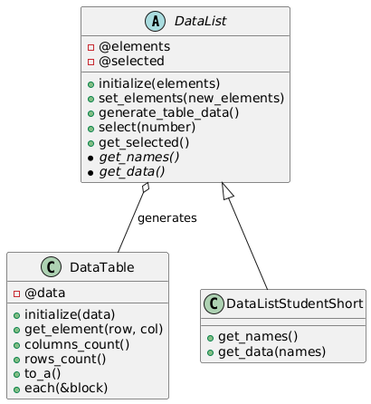
The PlantUML diagram Models_class/diagram.png in temawm/patterns, before a commit.
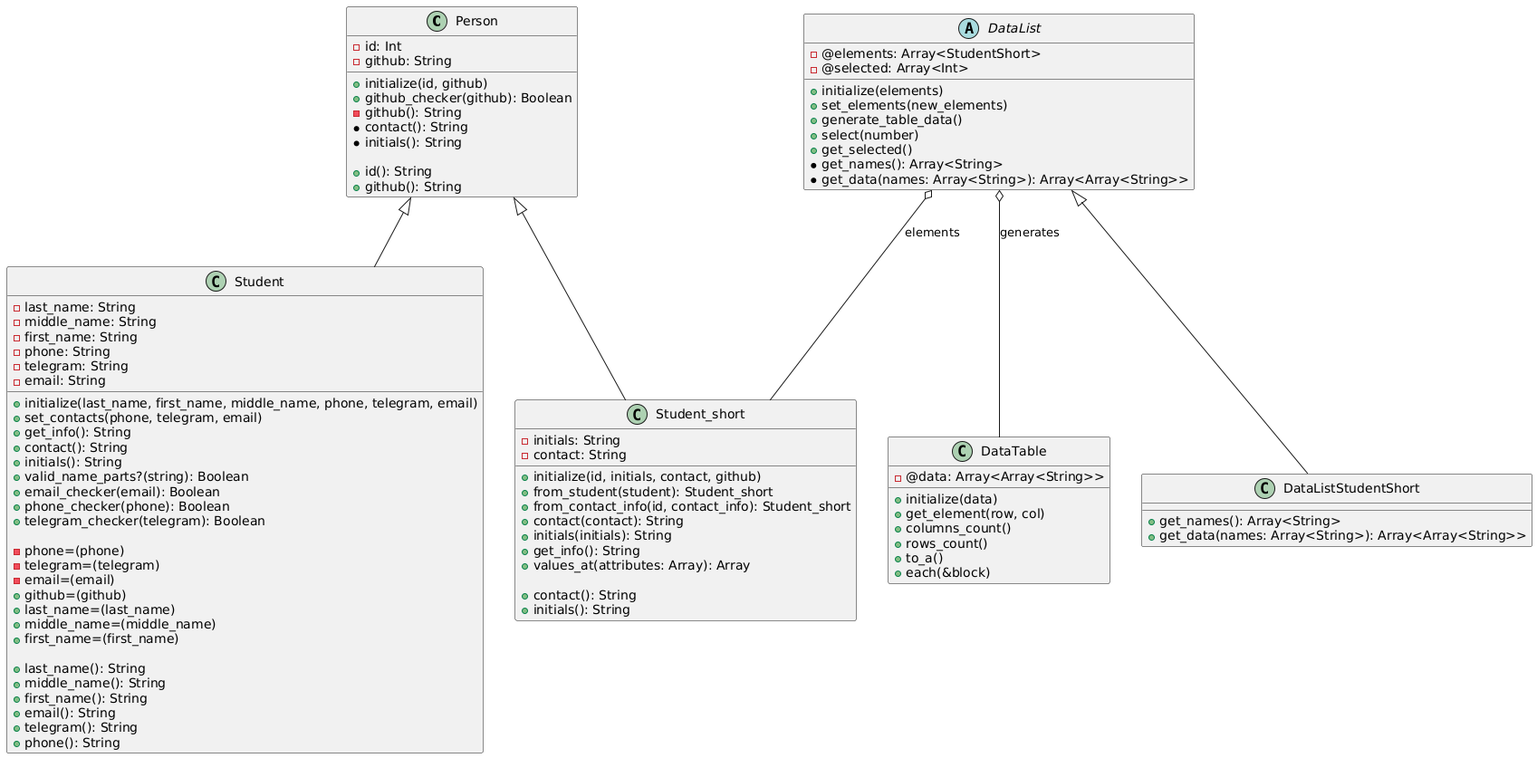
After the change.

Commit message:
lav4_task10: reworked diagramm

Diff of the diagram source:
```diff
@@ -1,31 +1,96 @@
 @startuml
+class Person {
+    - id: Int
+    - github: String
+    + initialize(id, github)
+    + github_checker(github): Boolean
+    - github(): String
+    * contact(): String
+    * initials(): String
+
+    + id(): String
+    + github(): String
+}
+
+class Student {
+    - last_name: String
+    - middle_name: String
+    - first_name: String
+    - phone: String
+    - telegram: String
+    - email: String
+    + initialize(last_name, first_name, middle_name, phone, telegram, email)
+    + set_contacts(phone, telegram, email)
+    + get_info(): String
+    + contact(): String
+    + initials(): String
+    + valid_name_parts?(string): Boolean
+    + email_checker(email): Boolean
+    + phone_checker(phone): Boolean
+    + telegram_checker(telegram): Boolean
+
+    - phone=(phone)
+    - telegram=(telegram)
+    - email=(email)
+    + github=(github)
+    + last_name=(last_name)
+    + middle_name=(middle_name)
+    + first_name=(first_name)
+
+    + last_name(): String
+    + middle_name(): String
+    + first_name(): String
+    + email(): String
+    + telegram(): String
+    + phone(): String
+}
+
+class Student_short {
+    - initials: String
+    - contact: String
+    + initialize(id, initials, contact, github)
+    + from_student(student): Student_short
+    + from_contact_info(id, contact_info): Student_short
+    + contact(contact): String
+    + initials(initials): String
+    + get_info(): String
+    + values_at(attributes: Array): Array
+
+    + contact(): String
+    + initials(): String
+}
+
+Person <|-- Student
+Person <|-- Student_short
+
 abstract class DataList {
-  - @elements
-  - @selected
-  + initialize(elements)
-  + set_elements(new_elements)
-  + generate_table_data()
-  + select(number)
-  + get_selected()
-  {abstract} * get_names()
-  {abstract} * get_data()
+    - @elements: Array<StudentShort>
+    - @selected: Array<Int>
+    + initialize(elements)
+    + set_elements(new_elements)
+    + generate_table_data()
+    + select(number)
+    + get_selected()
+    * get_names(): Array<String>
+    * get_data(names: Array<String>): Array<Array<String>>
 }
 
 class DataTable {
-  - @data
-  + initialize(data)
-  + get_element(row, col)
-  + columns_count()
-  + rows_count()
-  + to_a()
-  + each(&block)
+    - @data: Array<Array<String>>
+    + initialize(data)
+    + get_element(row, col)
+    + columns_count()
+    + rows_count()
+    + to_a()
+    + each(&block)
 }
 
 class DataListStudentShort {
-  + get_names()
-  + get_data(names)
+    + get_names(): Array<String>
+    + get_data(names: Array<String>): Array<Array<String>>
 }
 
 DataList <|-- DataListStudentShort
 DataList o-- DataTable : "generates"
+DataList o-- Student_short : "elements"
 @enduml
```
